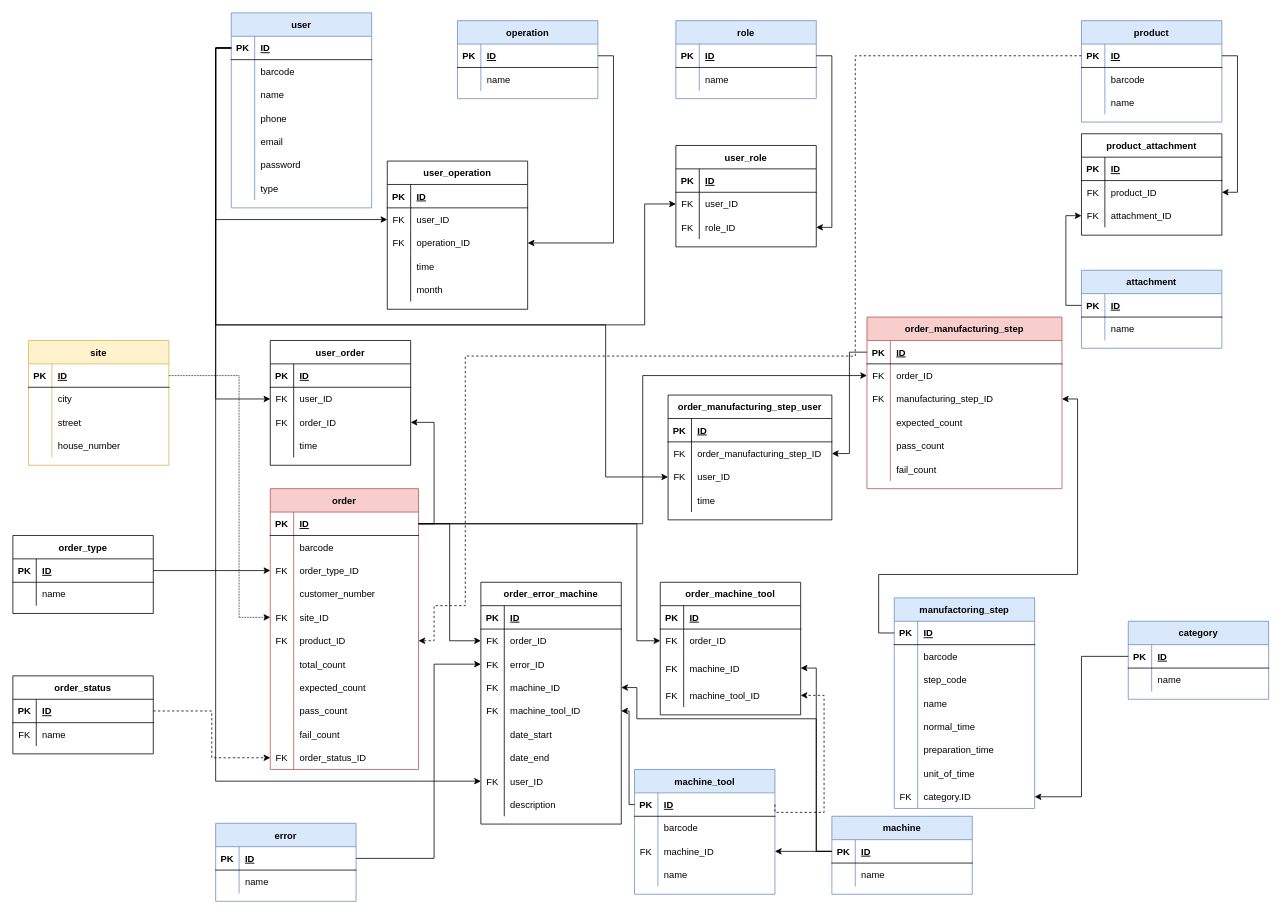
Above: DOC/diagrams/database_plan_2_0_0.drawio in KerteszZoltan/mesterminal (draw.io), before the change. Source tidied: cells renumbered, new cells numbered last; positions are measured from the earlier drawing's top-left corner, leaving out a move shared by most shapes. Both pictures are drawn from the tidied source at 78%, with x=0, y=0 at pixel (12, 12).
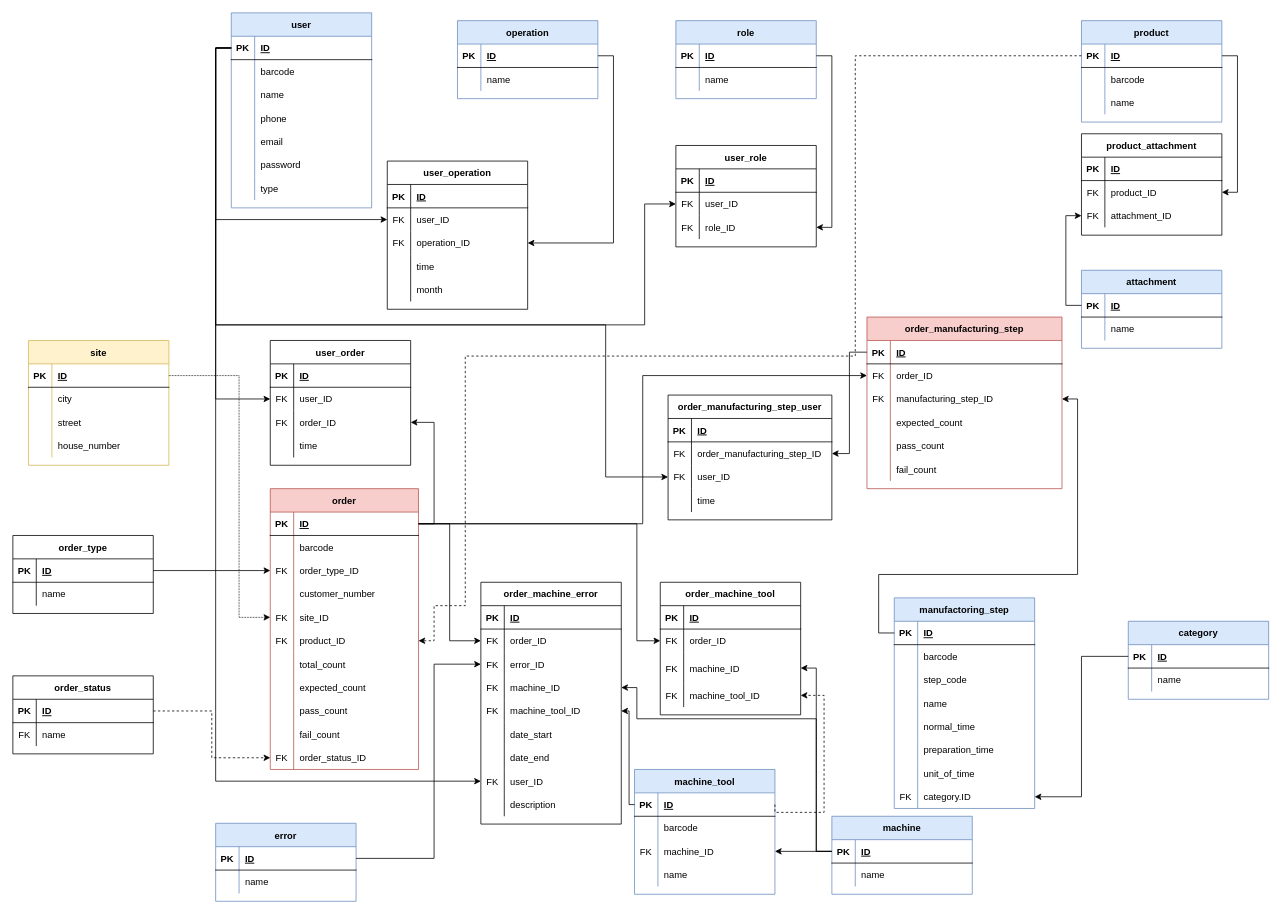
Above is the later version.

Commit message:
rename order_machine_tool

Diff of the diagram source:
```diff
@@
-    <mxCell id="124" value="order_error_machine" style="shape=table;startSize=30;childLayout=tableLayout;rowLines=0;fontStyle=1;align=center;" parent="1" vertex="1">
+    <mxCell id="124" value="order_machine_error" style="shape=table;startSize=30;childLayout=tableLayout;rowLines=0;fontStyle=1;align=center;" parent="1" vertex="1">
       <mxGeometry x="600" y="730" width="180" height="310" as="geometry" />
     </mxCell>
```
